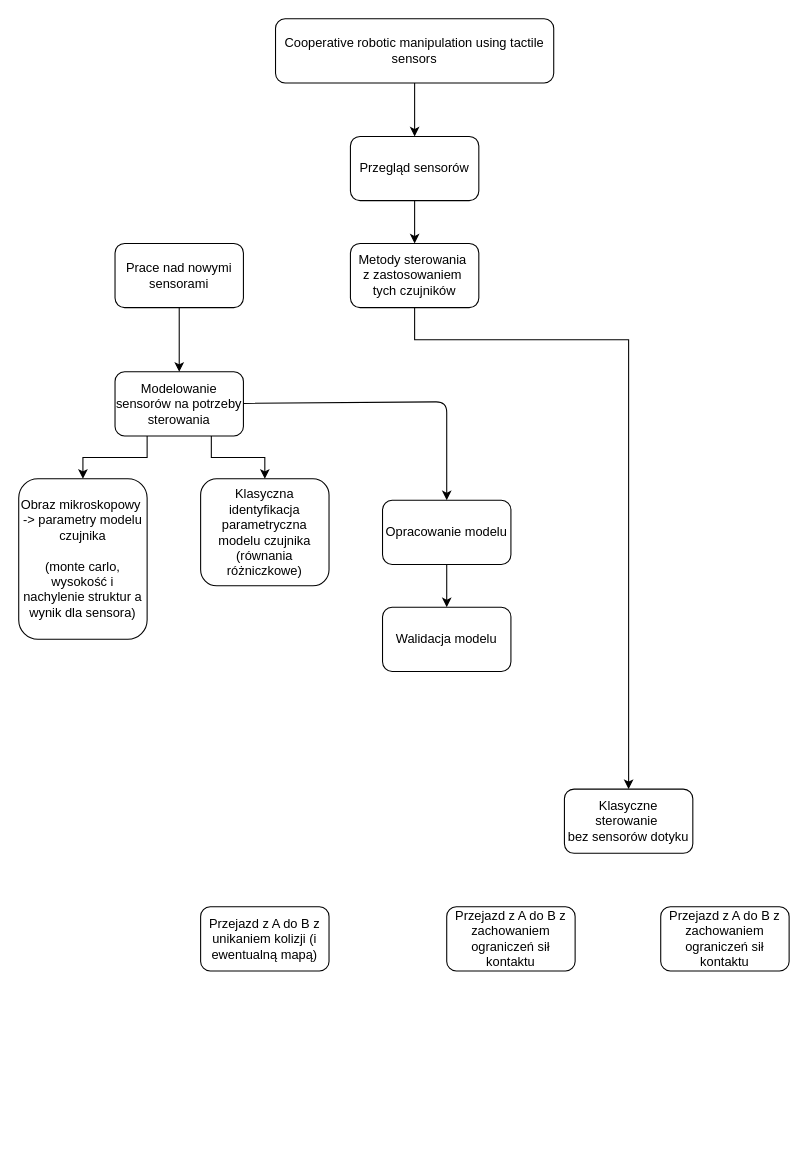
Before: doktorat_magdy.drawio in tgawronput/starter-workflows, a draw.io diagram. Source tidied: cells renumbered, new cells numbered last; positions are measured from the earlier drawing's top-left corner, leaving out a move shared by most shapes. Both pictures are drawn from the tidied source at 107%, with x=0, y=0 at pixel (18, 18).
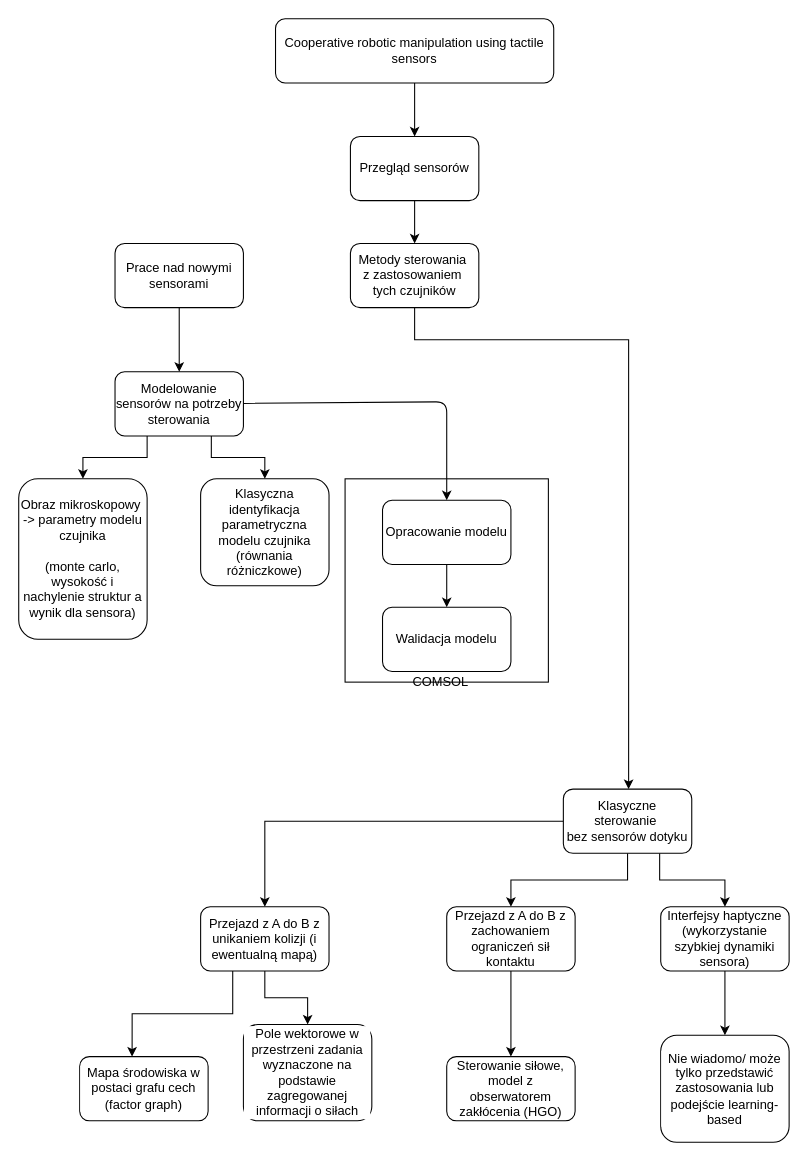
The same page after the edit.

The change refers to these unchanged cells:
```xml
<mxCell id="20" value="Przejazd z A do B z unikaniem kolizji (i ewentualną mapą)" style="rounded=1;whiteSpace=wrap;html=1;" parent="1" vertex="1">
  <mxGeometry x="170" y="830" width="120" height="60" as="geometry" />
</mxCell>
<mxCell id="21" value="Przejazd z A do B z zachowaniem ograniczeń sił kontaktu" style="rounded=1;whiteSpace=wrap;html=1;" parent="1" vertex="1">
  <mxGeometry x="400" y="830" width="120" height="60" as="geometry" />
</mxCell>
```

Diff of the diagram source:
```diff
@@
+    <mxCell id="23" style="whiteSpace=wrap;html=1;labelBackgroundColor=#FFFFFF;" parent="1" vertex="1">
+      <mxGeometry x="305" y="430" width="190" height="190" as="geometry" />
+    </mxCell>
@@
+    <mxCell id="24" style="edgeStyle=orthogonalEdgeStyle;rounded=0;jettySize=auto;html=1;exitX=0;exitY=0.5;exitDx=0;exitDy=0;" parent="1" edge="1" source="19" target="20">
+      <mxGeometry relative="1" as="geometry" />
+    </mxCell>
+    <mxCell id="25" style="edgeStyle=orthogonalEdgeStyle;rounded=0;jettySize=auto;html=1;exitX=0.5;exitY=1;exitDx=0;exitDy=0;" parent="1" edge="1" source="19" target="21">
+      <mxGeometry relative="1" as="geometry" />
+    </mxCell>
+    <mxCell id="26" style="edgeStyle=orthogonalEdgeStyle;rounded=0;jettySize=auto;html=1;exitX=0.75;exitY=1;exitDx=0;exitDy=0;entryX=0.5;entryY=0;entryDx=0;entryDy=0;" parent="1" edge="1" source="19" target="22">
+      <mxGeometry relative="1" as="geometry" />
+    </mxCell>
     <mxCell id="19" value="Klasyczne sterowanie&amp;nbsp;&lt;br&gt;bez sensorów dotyku" style="rounded=1;whiteSpace=wrap;html=1;" parent="1" vertex="1">
-      <mxGeometry x="510" y="720" width="120" height="60" as="geometry" />
+      <mxGeometry x="509" y="720" width="120" height="60" as="geometry" />
     </mxCell>
+    <mxCell id="27" style="edgeStyle=orthogonalEdgeStyle;rounded=0;jettySize=auto;html=1;exitX=0.5;exitY=1;exitDx=0;exitDy=0;entryX=0.5;entryY=0;entryDx=0;entryDy=0;" parent="1" edge="1" source="20" target="33">
+      <mxGeometry relative="1" as="geometry" />
+    </mxCell>
+    <mxCell id="28" style="edgeStyle=orthogonalEdgeStyle;rounded=0;jettySize=auto;html=1;exitX=0.25;exitY=1;exitDx=0;exitDy=0;entryX=0.408;entryY=0;entryDx=0;entryDy=0;entryPerimeter=0;" parent="1" edge="1" source="20" target="32">
+      <mxGeometry relative="1" as="geometry" />
+    </mxCell>
@@
+    <mxCell id="29" style="edgeStyle=orthogonalEdgeStyle;rounded=0;jettySize=auto;html=1;exitX=0.5;exitY=1;exitDx=0;exitDy=0;" parent="1" edge="1" source="21" target="35">
+      <mxGeometry relative="1" as="geometry" />
+    </mxCell>
@@
+    <mxCell id="30" style="edgeStyle=orthogonalEdgeStyle;rounded=0;jettySize=auto;html=1;exitX=0.5;exitY=1;exitDx=0;exitDy=0;entryX=0.5;entryY=0;entryDx=0;entryDy=0;" parent="1" edge="1" source="22" target="34">
+      <mxGeometry relative="1" as="geometry" />
+    </mxCell>
-    <mxCell id="22" value="Przejazd z A do B z zachowaniem ograniczeń sił kontaktu" style="rounded=1;whiteSpace=wrap;html=1;" parent="1" vertex="1">
+    <mxCell id="22" value="Interfejsy haptyczne&lt;br&gt;(wykorzystanie szybkiej dynamiki sensora)" style="rounded=1;whiteSpace=wrap;html=1;" parent="1" vertex="1">
       <mxGeometry x="600" y="830" width="120" height="60" as="geometry" />
     </mxCell>
+    <mxCell id="31" value="COMSOL" style="text;html=1;align=center;verticalAlign=middle;" parent="1" vertex="1">
+      <mxGeometry x="359" y="610" width="70" height="20" as="geometry" />
+    </mxCell>
+    <mxCell id="32" value="Mapa środowiska w postaci grafu cech (factor graph)" style="rounded=1;whiteSpace=wrap;html=1;labelBackgroundColor=#FFFFFF;" parent="1" vertex="1">
+      <mxGeometry x="57" y="970" width="120" height="60" as="geometry" />
+    </mxCell>
+    <mxCell id="33" value="Pole wektorowe w przestrzeni zadania wyznaczone na podstawie zagregowanej informacji o siłach" style="rounded=1;whiteSpace=wrap;html=1;labelBackgroundColor=#FFFFFF;" parent="1" vertex="1">
+      <mxGeometry x="210" y="940" width="120" height="90" as="geometry" />
+    </mxCell>
+    <mxCell id="34" value="Nie wiadomo/ może tylko przedstawić zastosowania lub podejście learning-based" style="rounded=1;whiteSpace=wrap;html=1;labelBackgroundColor=#FFFFFF;" parent="1" vertex="1">
+      <mxGeometry x="600" y="950" width="120" height="100" as="geometry" />
+    </mxCell>
+    <mxCell id="35" value="Sterowanie siłowe,&lt;br&gt;model z obserwatorem zakłócenia (HGO)" style="rounded=1;whiteSpace=wrap;html=1;" parent="1" vertex="1">
+      <mxGeometry x="400" y="970" width="120" height="60" as="geometry" />
+    </mxCell>
```
